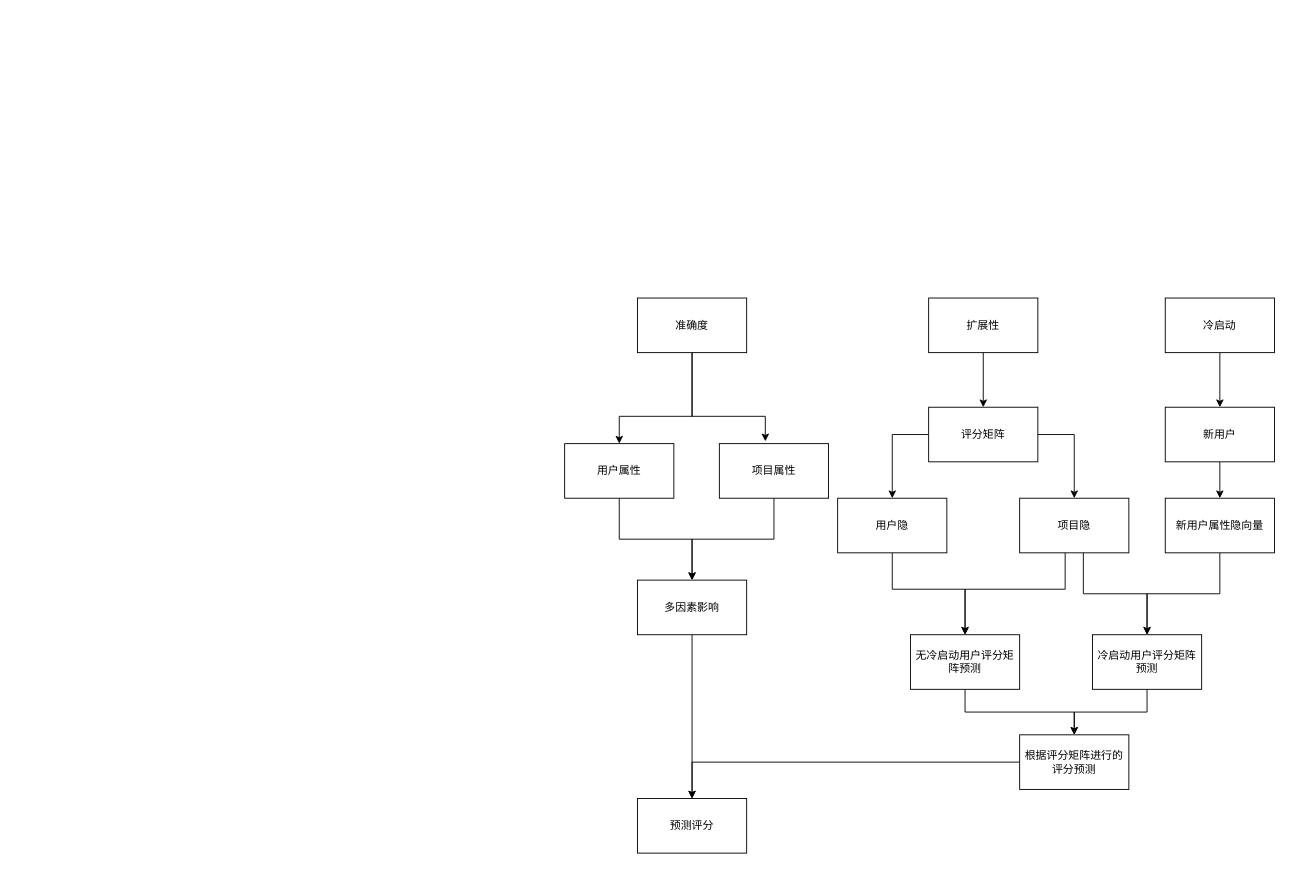
Before: Untitled Diagram.drawio in Zousper/mockito, a draw.io diagram. Source tidied: cells renumbered, new cells numbered last; positions are measured from the earlier drawing's top-left corner, leaving out a move shared by most shapes. Both pictures are drawn from the tidied source at 91%, with x=0, y=0 at pixel (564, 298).
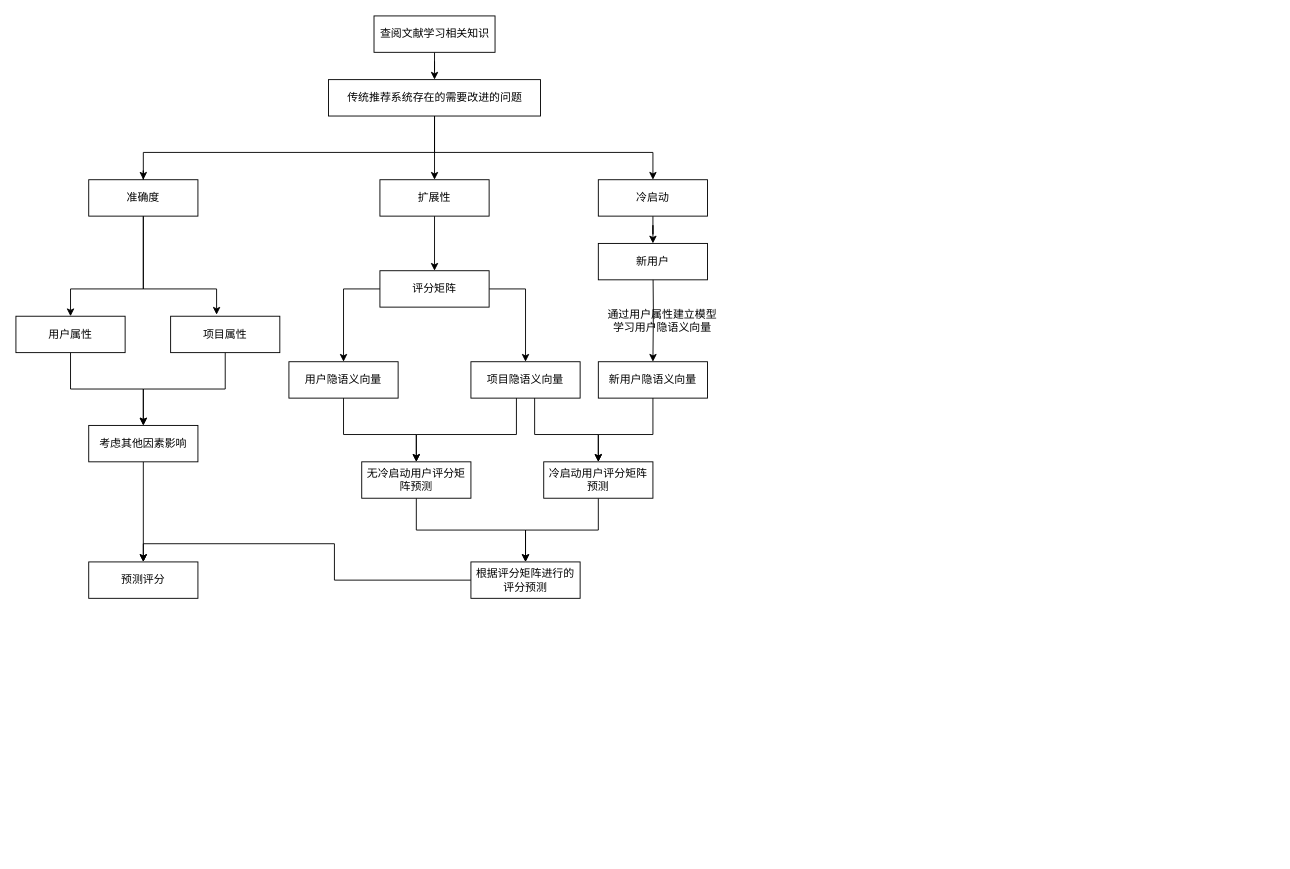
The same diagram, later.

Change to the diagram source:
```diff
@@
     <mxCell id="2" style="edgeStyle=orthogonalEdgeStyle;rounded=0;jettySize=auto;html=1;entryX=0.5;entryY=0;entryDx=0;entryDy=0;" parent="1" edge="1" source="4" target="9">
       <mxGeometry relative="1" as="geometry">
         <Array as="points">
-          <mxPoint x="360" y="150" />
+          <mxPoint x="-243" y="-10" />
         </Array>
       </mxGeometry>
     </mxCell>
-    <mxCell id="3" style="edgeStyle=orthogonalEdgeStyle;rounded=0;jettySize=auto;html=1;" parent="1" edge="1" target="7">
+    <mxCell id="3" style="edgeStyle=orthogonalEdgeStyle;rounded=0;jettySize=auto;html=1;" parent="1" edge="1" source="4" target="7">
       <mxGeometry relative="1" as="geometry">
-        <mxPoint x="470" y="150" as="sourcePoint" />
         <Array as="points">
-          <mxPoint x="560" y="150" />
-          <mxPoint x="560" y="150" />
+          <mxPoint x="-43" y="-10" />
+          <mxPoint x="-43" y="-10" />
         </Array>
       </mxGeometry>
     </mxCell>
-    <mxCell id="4" value="评分矩阵" style="rounded=0;whiteSpace=wrap;html=1;" parent="1" vertex="1">
-      <mxGeometry x="400" y="120" width="120" height="60" as="geometry" />
-    </mxCell>
-    <mxCell id="5" style="edgeStyle=orthogonalEdgeStyle;rounded=0;jettySize=auto;html=1;" parent="1" edge="1" source="7" target="15">
+    <mxCell id="5" style="edgeStyle=orthogonalEdgeStyle;rounded=0;jettySize=auto;html=1;" parent="1" edge="1" target="15">
       <mxGeometry relative="1" as="geometry">
+        <mxPoint x="-33" y="90" as="sourcePoint" />
         <Array as="points">
-          <mxPoint x="570" y="325" />
-          <mxPoint x="640" y="325" />
+          <mxPoint x="-33" y="150" />
+          <mxPoint x="37" y="150" />
         </Array>
       </mxGeometry>
     </mxCell>
-    <mxCell id="6" style="edgeStyle=orthogonalEdgeStyle;rounded=0;jettySize=auto;html=1;" parent="1" edge="1" source="7" target="29">
+    <mxCell id="6" style="edgeStyle=orthogonalEdgeStyle;rounded=0;jettySize=auto;html=1;" parent="1" edge="1" target="29">
       <mxGeometry relative="1" as="geometry">
+        <mxPoint x="-53" y="90" as="sourcePoint" />
         <Array as="points">
-          <mxPoint x="550" y="320" />
-          <mxPoint x="440" y="320" />
+          <mxPoint x="-53" y="150" />
+          <mxPoint x="-163" y="150" />
         </Array>
       </mxGeometry>
     </mxCell>
-    <mxCell id="7" value="项目隐" style="rounded=0;whiteSpace=wrap;html=1;" parent="1" vertex="1">
-      <mxGeometry x="500" y="220" width="120" height="60" as="geometry" />
+    <mxCell id="7" value="项目隐语义向量" style="rounded=0;whiteSpace=wrap;html=1;" parent="1" vertex="1">
+      <mxGeometry x="-103" y="70" width="120" height="40" as="geometry" />
     </mxCell>
-    <mxCell id="8" style="edgeStyle=orthogonalEdgeStyle;rounded=0;jettySize=auto;html=1;" parent="1" edge="1" source="9" target="29">
+    <mxCell id="8" style="edgeStyle=orthogonalEdgeStyle;rounded=0;jettySize=auto;html=1;" parent="1" edge="1" target="29">
       <mxGeometry relative="1" as="geometry">
+        <mxPoint x="-243" y="90" as="sourcePoint" />
         <Array as="points">
-          <mxPoint x="360" y="320" />
-          <mxPoint x="440" y="320" />
+          <mxPoint x="-243" y="150" />
+          <mxPoint x="-163" y="150" />
         </Array>
       </mxGeometry>
     </mxCell>
-    <mxCell id="9" value="用户隐" style="rounded=0;whiteSpace=wrap;html=1;" parent="1" vertex="1">
-      <mxGeometry x="300" y="220" width="120" height="60" as="geometry" />
+    <mxCell id="9" value="用户隐语义向量" style="rounded=0;whiteSpace=wrap;html=1;" parent="1" vertex="1">
+      <mxGeometry x="-303" y="70" width="120" height="40" as="geometry" />
     </mxCell>
-    <mxCell id="10" style="edgeStyle=orthogonalEdgeStyle;rounded=0;jettySize=auto;html=1;entryX=0.5;entryY=0;entryDx=0;entryDy=0;" parent="1" edge="1" source="11" target="13">
-      <mxGeometry relative="1" as="geometry" />
+    <mxCell id="10" style="edgeStyle=orthogonalEdgeStyle;rounded=0;jettySize=auto;html=1;entryX=0.5;entryY=0;entryDx=0;entryDy=0;" parent="1" edge="1" target="13">
+      <mxGeometry relative="1" as="geometry">
+        <mxPoint x="97" y="-40" as="sourcePoint" />
+      </mxGeometry>
     </mxCell>
     <mxCell id="11" value="新用户" style="rounded=0;whiteSpace=wrap;html=1;" parent="1" vertex="1">
-      <mxGeometry x="660" y="120" width="120" height="60" as="geometry" />
+      <mxGeometry x="37" y="-60" width="120" height="40" as="geometry" />
     </mxCell>
-    <mxCell id="12" style="edgeStyle=orthogonalEdgeStyle;rounded=0;jettySize=auto;html=1;entryX=0.5;entryY=0;entryDx=0;entryDy=0;" parent="1" edge="1" source="13" target="15">
-      <mxGeometry relative="1" as="geometry" />
-    </mxCell>
+    <mxCell id="34" style="edgeStyle=orthogonalEdgeStyle;rounded=0;jettySize=auto;html=1;entryX=0.5;entryY=0;entryDx=0;entryDy=0;" parent="1" edge="1" target="15">
+      <mxGeometry relative="1" as="geometry">
+        <mxPoint x="97" y="90" as="sourcePoint" />
+        <Array as="points">
+          <mxPoint x="97" y="150" />
+          <mxPoint x="37" y="150" />
+        </Array>
+      </mxGeometry>
+    </mxCell>
-    <mxCell id="13" value="新用户属性隐向量" style="rounded=0;whiteSpace=wrap;html=1;" parent="1" vertex="1">
-      <mxGeometry x="660" y="220" width="120" height="60" as="geometry" />
+    <mxCell id="13" value="新用户隐语义向量" style="rounded=0;whiteSpace=wrap;html=1;" parent="1" vertex="1">
+      <mxGeometry x="37" y="70" width="120" height="40" as="geometry" />
     </mxCell>
@@
     <mxCell id="15" value="冷启动用户评分矩阵预测" style="rounded=0;whiteSpace=wrap;html=1;" parent="1" vertex="1">
-      <mxGeometry x="580" y="370" width="120" height="60" as="geometry" />
+      <mxGeometry x="-23" y="180" width="120" height="40" as="geometry" />
     </mxCell>
@@
     <mxCell id="17" value="冷启动" style="rounded=0;whiteSpace=wrap;html=1;" parent="1" vertex="1">
-      <mxGeometry x="660" width="120" height="60" as="geometry" />
+      <mxGeometry x="37" y="-130" width="120" height="40" as="geometry" />
     </mxCell>
     <mxCell id="18" style="edgeStyle=orthogonalEdgeStyle;rounded=0;jettySize=auto;html=1;entryX=0.5;entryY=0;entryDx=0;entryDy=0;exitX=0.5;exitY=1;exitDx=0;exitDy=0;" parent="1" edge="1" target="22">
       <mxGeometry relative="1" as="geometry">
-        <mxPoint x="140" as="sourcePoint" />
+        <mxPoint x="-463" y="-140" as="sourcePoint" />
         <Array as="points">
-          <mxPoint x="140" y="130" />
-          <mxPoint x="60" y="130" />
+          <mxPoint x="-463" y="-10" />
+          <mxPoint x="-543" y="-10" />
         </Array>
       </mxGeometry>
     </mxCell>
     <mxCell id="19" style="edgeStyle=orthogonalEdgeStyle;rounded=0;jettySize=auto;html=1;exitX=0.5;exitY=1;exitDx=0;exitDy=0;entryX=0.421;entryY=-0.042;entryDx=0;entryDy=0;entryPerimeter=0;" parent="1" edge="1" target="24">
       <mxGeometry relative="1" as="geometry">
-        <mxPoint x="140" as="sourcePoint" />
+        <mxPoint x="-463" y="-140" as="sourcePoint" />
         <Array as="points">
-          <mxPoint x="140" y="130" />
-          <mxPoint x="221" y="130" />
+          <mxPoint x="-463" y="-10" />
+          <mxPoint x="-382" y="-10" />
         </Array>
       </mxGeometry>
     </mxCell>
     <mxCell id="20" value="准确度" style="rounded=0;whiteSpace=wrap;html=1;" parent="1" vertex="1">
-      <mxGeometry x="80" width="120" height="60" as="geometry" />
+      <mxGeometry x="-523" y="-130" width="120" height="40" as="geometry" />
     </mxCell>
@@
     <mxCell id="22" value="用户属性" style="rounded=0;whiteSpace=wrap;html=1;" parent="1" vertex="1">
-      <mxGeometry y="160" width="120" height="60" as="geometry" />
+      <mxGeometry x="-603" y="20" width="120" height="40" as="geometry" />
     </mxCell>
@@
     <mxCell id="24" value="项目属性" style="rounded=0;whiteSpace=wrap;html=1;" parent="1" vertex="1">
-      <mxGeometry x="170" y="160" width="120" height="60" as="geometry" />
+      <mxGeometry x="-433" y="20" width="120" height="40" as="geometry" />
     </mxCell>
@@
-    <mxCell id="26" value="多因素影响" style="rounded=0;whiteSpace=wrap;html=1;" parent="1" vertex="1">
-      <mxGeometry x="80" y="310" width="120" height="60" as="geometry" />
+    <mxCell id="26" value="考虑其他因素影响" style="rounded=0;whiteSpace=wrap;html=1;" parent="1" vertex="1">
+      <mxGeometry x="-523" y="140" width="120" height="40" as="geometry" />
     </mxCell>
     <mxCell id="27" value="预测评分" style="rounded=0;whiteSpace=wrap;html=1;" parent="1" vertex="1">
-      <mxGeometry x="80" y="550" width="120" height="60" as="geometry" />
+      <mxGeometry x="-523" y="290" width="120" height="40" as="geometry" />
     </mxCell>
@@
     <mxCell id="29" value="无冷启动用户评分矩阵预测" style="rounded=0;whiteSpace=wrap;html=1;" parent="1" vertex="1">
-      <mxGeometry x="380" y="370" width="120" height="60" as="geometry" />
+      <mxGeometry x="-223" y="180" width="120" height="40" as="geometry" />
     </mxCell>
@@
     <mxCell id="31" value="扩展性" style="rounded=0;whiteSpace=wrap;html=1;" parent="1" vertex="1">
-      <mxGeometry x="400" width="120" height="60" as="geometry" />
+      <mxGeometry x="-203" y="-130" width="120" height="40" as="geometry" />
     </mxCell>
@@
     <mxCell id="33" value="根据评分矩阵进行的评分预测" style="rounded=0;whiteSpace=wrap;html=1;" parent="1" vertex="1">
-      <mxGeometry x="500" y="480" width="120" height="60" as="geometry" />
+      <mxGeometry x="-103" y="290" width="120" height="40" as="geometry" />
     </mxCell>
+    <mxCell id="35" style="edgeStyle=orthogonalEdgeStyle;rounded=0;jettySize=auto;html=1;entryX=0.5;entryY=0;entryDx=0;entryDy=0;" parent="1" edge="1" source="38" target="20">
+      <mxGeometry relative="1" as="geometry">
+        <Array as="points">
+          <mxPoint x="-143" y="-160" />
+          <mxPoint x="-463" y="-160" />
+        </Array>
+      </mxGeometry>
+    </mxCell>
+    <mxCell id="36" style="edgeStyle=orthogonalEdgeStyle;rounded=0;jettySize=auto;html=1;" parent="1" edge="1" source="38" target="31">
+      <mxGeometry relative="1" as="geometry" />
+    </mxCell>
+    <mxCell id="37" style="edgeStyle=orthogonalEdgeStyle;rounded=0;jettySize=auto;html=1;entryX=0.5;entryY=0;entryDx=0;entryDy=0;" parent="1" edge="1" source="38" target="17">
+      <mxGeometry relative="1" as="geometry">
+        <Array as="points">
+          <mxPoint x="-143" y="-160" />
+          <mxPoint x="97" y="-160" />
+        </Array>
+      </mxGeometry>
+    </mxCell>
+    <mxCell id="38" value="传统推荐系统存在的需要改进的问题" style="rounded=0;whiteSpace=wrap;html=1;" parent="1" vertex="1">
+      <mxGeometry x="-259.5" y="-240" width="233" height="40" as="geometry" />
+    </mxCell>
+    <mxCell id="39" style="edgeStyle=orthogonalEdgeStyle;rounded=0;jettySize=auto;html=1;" parent="1" edge="1" source="40" target="38">
+      <mxGeometry relative="1" as="geometry" />
+    </mxCell>
+    <mxCell id="40" value="查阅文献学习相关知识" style="rounded=0;whiteSpace=wrap;html=1;" parent="1" vertex="1">
+      <mxGeometry x="-209.5" y="-310" width="133" height="40" as="geometry" />
+    </mxCell>
+    <mxCell id="4" value="评分矩阵" style="rounded=0;whiteSpace=wrap;html=1;" parent="1" vertex="1">
+      <mxGeometry x="-203" y="-30" width="120" height="40" as="geometry" />
+    </mxCell>
+    <mxCell id="41" value="通过用户属性建立模型&lt;br&gt;学习用户隐语义向量" style="text;html=1;align=center;verticalAlign=middle;" parent="1" vertex="1">
+      <mxGeometry x="37" y="10" width="140" height="30" as="geometry" />
+    </mxCell>
```
